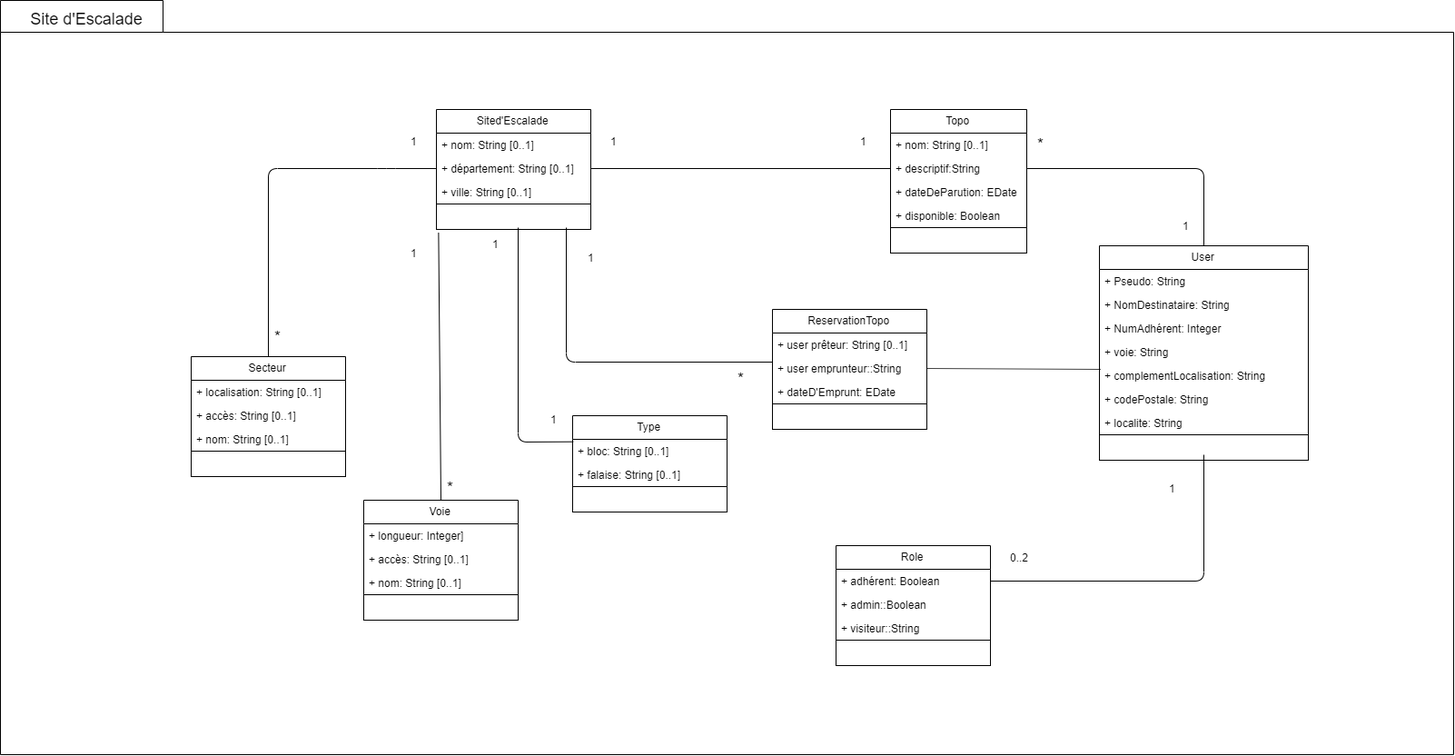
Above: Diagramme de classe projet 6.png in touil2019/projet6 (draw.io), before the change. Source tidied: cells renumbered, new cells last; positions are measured from the earlier drawing's top-left corner, leaving out a move shared by most shapes.
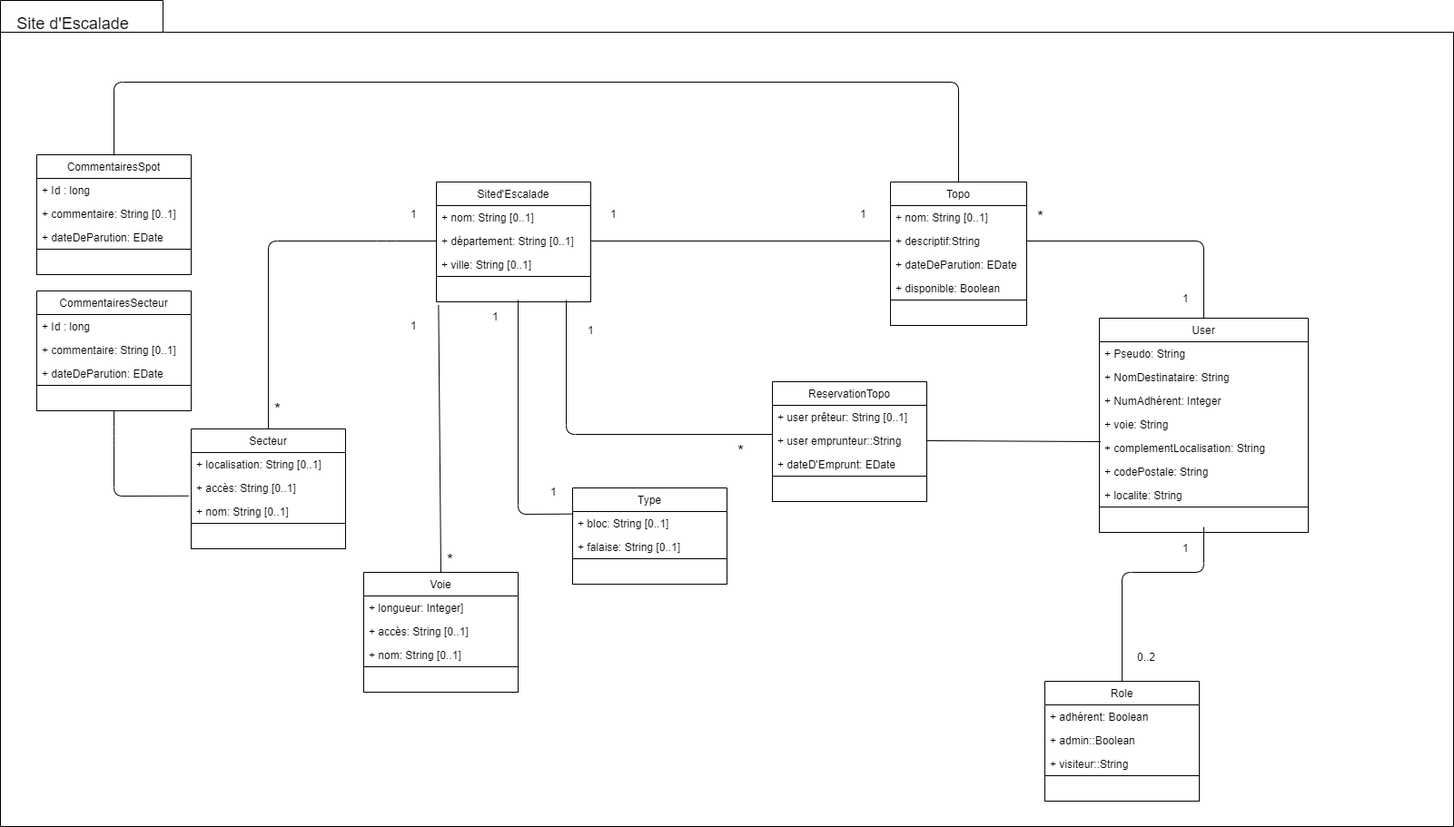
After the change.

What changed in the source:
```diff
@@ -3,7 +3,7 @@
     <mxCell id="0" />
     <mxCell id="1" parent="0" />
     <mxCell id="2" style="shape=folder;fontStyle=1;spacingTop=10;tabWidth=179;tabHeight=35;tabPosition=left;html=1;" parent="1" vertex="1">
-      <mxGeometry width="1600" height="830" as="geometry" />
+      <mxGeometry y="-80" width="1600" height="910" as="geometry" />
     </mxCell>
     <mxCell id="3" value="Topo" style="swimlane;fontStyle=0;horizontal=1;startSize=26;fillColor=none;" parent="1" vertex="1">
       <mxGeometry x="980" y="120" width="150" height="158" as="geometry" />
@@ -24,7 +24,7 @@
       <mxGeometry y="130" width="150" height="28" as="geometry" />
     </mxCell>
     <mxCell id="9" value="&lt;font style=&quot;font-size: 18px&quot;&gt;Site d'Escalade&lt;/font&gt;" style="text;html=1;strokeColor=none;fillColor=none;align=center;verticalAlign=middle;whiteSpace=wrap;rounded=0;" parent="1" vertex="1">
-      <mxGeometry x="24.5" y="5" width="140" height="30" as="geometry" />
+      <mxGeometry x="10" y="-70" width="140" height="30" as="geometry" />
     </mxCell>
     <mxCell id="10" value="User" style="swimlane;fontStyle=0;horizontal=1;startSize=26;fillColor=none;" parent="1" vertex="1">
       <mxGeometry x="1210" y="270" width="230" height="236" as="geometry" />
@@ -184,7 +184,7 @@
       <mxGeometry x="1290" y="235" width="30" height="30" as="geometry" />
     </mxCell>
     <mxCell id="56" value="Role" style="swimlane;fontStyle=0;horizontal=1;startSize=26;fillColor=none;" parent="1" vertex="1">
-      <mxGeometry x="920" y="600" width="170" height="132" as="geometry" />
+      <mxGeometry x="1150" y="670" width="170" height="132" as="geometry" />
     </mxCell>
     <mxCell id="57" value="+ adhérent: Boolean" style="text;strokeColor=none;fillColor=none;align=left;verticalAlign=top;spacingLeft=4;spacingRight=4;overflow=hidden;points=[[0,0.5],[1,0.5]];portConstraint=eastwest;" parent="56" vertex="1">
       <mxGeometry y="26" width="170" height="26" as="geometry" />
@@ -198,11 +198,12 @@
     <mxCell id="60" style="rounded=0;whiteSpace=wrap;html=1;" parent="56" vertex="1">
       <mxGeometry y="104" width="170" height="28" as="geometry" />
     </mxCell>
-    <mxCell id="61" style="endArrow=none;html=1;exitX=1;exitY=0.5;exitDx=0;exitDy=0;" parent="1" edge="1" source="57">
+    <mxCell id="61" style="endArrow=none;html=1;exitX=0.5;exitY=0;exitDx=0;exitDy=0;" parent="1" edge="1" source="56">
       <mxGeometry relative="1" as="geometry">
         <mxPoint x="1325" y="500" as="targetPoint" />
         <Array as="points">
-          <mxPoint x="1325" y="639" />
+          <mxPoint x="1235" y="550" />
+          <mxPoint x="1325" y="550" />
         </Array>
       </mxGeometry>
     </mxCell>
@@ -225,10 +226,56 @@
       <mxGeometry x="594.5" y="448" width="30" height="30" as="geometry" />
     </mxCell>
     <mxCell id="68" value="1" style="text;html=1;align=center;" parent="1" vertex="1">
-      <mxGeometry x="1275" y="524" width="30" height="30" as="geometry" />
+      <mxGeometry x="1290" y="510" width="30" height="30" as="geometry" />
     </mxCell>
     <mxCell id="69" value="0..2" style="text;html=1;" parent="1" vertex="1">
-      <mxGeometry x="1110" y="600" width="40" height="30" as="geometry" />
+      <mxGeometry x="1250" y="630" width="40" height="30" as="geometry" />
     </mxCell>
+    <mxCell id="70" value="CommentairesSpot" style="swimlane;fontStyle=0;horizontal=1;startSize=26;fillColor=none;" parent="1" vertex="1">
+      <mxGeometry x="40" y="90" width="170" height="132" as="geometry" />
+    </mxCell>
+    <mxCell id="71" value="+ Id : long" style="text;strokeColor=none;fillColor=none;align=left;verticalAlign=top;spacingLeft=4;spacingRight=4;overflow=hidden;" parent="70" vertex="1">
+      <mxGeometry y="26" width="170" height="26" as="geometry" />
+    </mxCell>
+    <mxCell id="72" value="+ commentaire: String [0..1]" style="text;strokeColor=none;fillColor=none;align=left;verticalAlign=top;spacingLeft=4;spacingRight=4;overflow=hidden;" parent="70" vertex="1">
+      <mxGeometry y="52" width="170" height="26" as="geometry" />
+    </mxCell>
+    <mxCell id="73" value="+ dateDeParution: EDate" style="text;strokeColor=none;fillColor=none;align=left;verticalAlign=top;spacingLeft=4;spacingRight=4;overflow=hidden;" parent="70" vertex="1">
+      <mxGeometry y="78" width="170" height="26" as="geometry" />
+    </mxCell>
+    <mxCell id="74" style="rounded=0;whiteSpace=wrap;html=1;" parent="70" vertex="1">
+      <mxGeometry y="104" width="170" height="28" as="geometry" />
+    </mxCell>
+    <mxCell id="75" style="endArrow=none;html=1;entryX=-0.017;entryY=0.837;entryDx=0;entryDy=0;exitX=0.5;exitY=1;exitDx=0;exitDy=0;entryPerimeter=0;" parent="1" edge="1" source="81" target="31">
+      <mxGeometry relative="1" as="geometry">
+        <Array as="points">
+          <mxPoint x="125" y="400" />
+          <mxPoint x="125" y="466" />
+        </Array>
+      </mxGeometry>
+    </mxCell>
+    <mxCell id="76" style="endArrow=none;html=1;entryX=0.5;entryY=0;entryDx=0;entryDy=0;exitX=0.5;exitY=0;exitDx=0;exitDy=0;" parent="1" edge="1" source="3" target="70">
+      <mxGeometry relative="1" as="geometry">
+        <Array as="points">
+          <mxPoint x="1055" y="10" />
+          <mxPoint x="125" y="10" />
+        </Array>
+      </mxGeometry>
+    </mxCell>
+    <mxCell id="77" value="CommentairesSecteur" style="swimlane;fontStyle=0;horizontal=1;startSize=26;fillColor=none;" parent="1" vertex="1">
+      <mxGeometry x="40" y="240" width="170" height="132" as="geometry" />
+    </mxCell>
+    <mxCell id="78" value="+ Id : long" style="text;strokeColor=none;fillColor=none;align=left;verticalAlign=top;spacingLeft=4;spacingRight=4;overflow=hidden;" parent="77" vertex="1">
+      <mxGeometry y="26" width="170" height="26" as="geometry" />
+    </mxCell>
+    <mxCell id="79" value="+ commentaire: String [0..1]" style="text;strokeColor=none;fillColor=none;align=left;verticalAlign=top;spacingLeft=4;spacingRight=4;overflow=hidden;" parent="77" vertex="1">
+      <mxGeometry y="52" width="170" height="26" as="geometry" />
+    </mxCell>
+    <mxCell id="80" value="+ dateDeParution: EDate" style="text;strokeColor=none;fillColor=none;align=left;verticalAlign=top;spacingLeft=4;spacingRight=4;overflow=hidden;" parent="77" vertex="1">
+      <mxGeometry y="78" width="170" height="26" as="geometry" />
+    </mxCell>
+    <mxCell id="81" style="rounded=0;whiteSpace=wrap;html=1;" parent="77" vertex="1">
+      <mxGeometry y="104" width="170" height="28" as="geometry" />
+    </mxCell>
   </root>
 </mxGraphModel>
```
